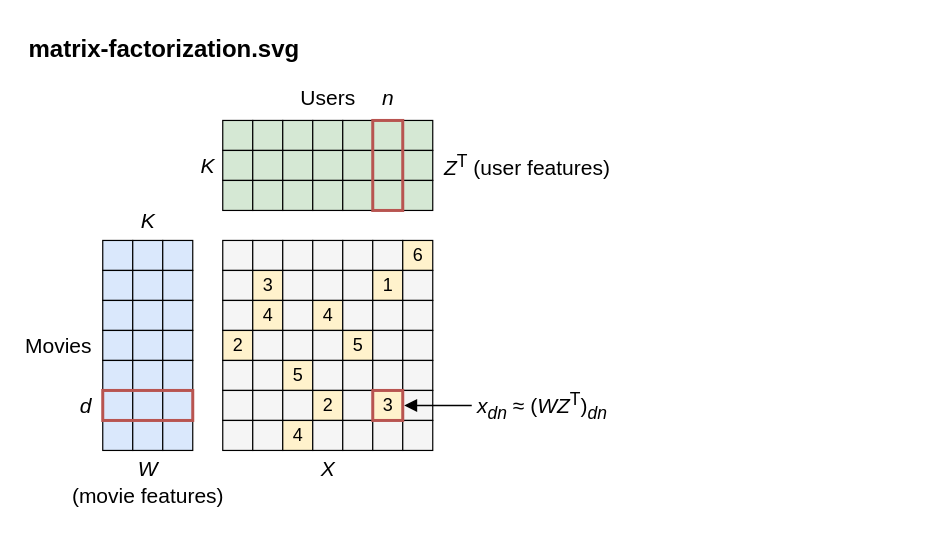
This is assets/linear-regression-matrix-factorization/linear-regression-matrix-factorization.drawio from brunomaga/brunomaga.github.io, a draw.io file, before an edit. Source tidied: cells renumbered, new cells numbered last; positions are measured from the earlier drawing's top-left corner, leaving out a move shared by most shapes. Both pictures are drawn from the tidied source at 150%, with x=0, y=0 at pixel (26, 26).
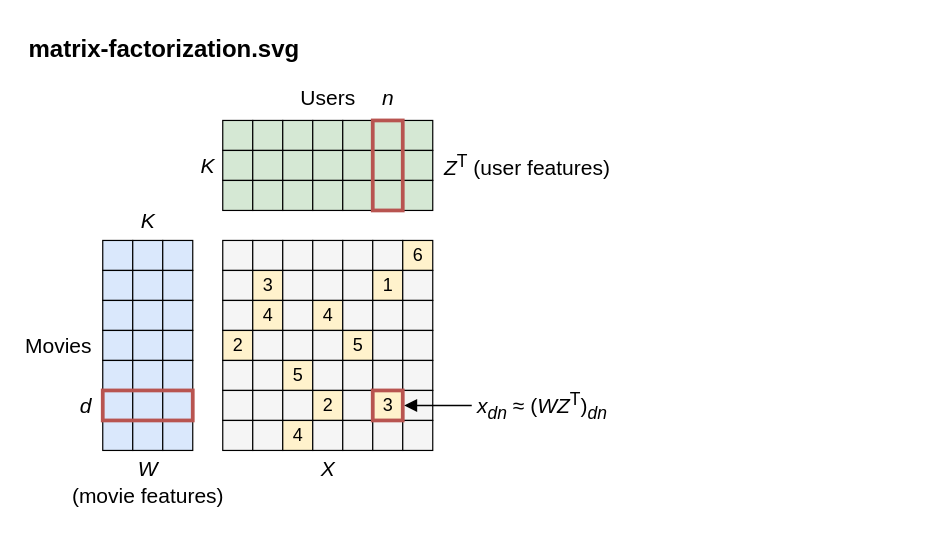
The same page after the edit.

The change refers to these unchanged cells:
```xml
<mxCell id="3" style="group;fontFamily=Source Sans 3;" parent="1" vertex="1">
  <mxGeometry y="40" width="391.3" height="281.6" as="geometry" />
</mxCell>
```

What changed in the source:
```diff
@@
-    <mxCell id="95" style="rounded=0;fillColor=none;strokeColor=#b85450;strokeWidth=2;fontFamily=Source Sans 3;" parent="3" vertex="1">
+    <mxCell id="95" style="rounded=0;fillColor=none;strokeColor=#b85450;strokeWidth=2.5;fontFamily=Source Sans 3;" parent="3" vertex="1">
       <mxGeometry x="51" y="202.8" width="60" height="20" as="geometry" />
     </mxCell>
-    <mxCell id="96" style="rounded=0;fillColor=none;strokeColor=#b85450;strokeWidth=2;fontFamily=Source Sans 3;" parent="3" vertex="1">
+    <mxCell id="96" style="rounded=0;fillColor=none;strokeColor=#b85450;strokeWidth=2.5;fontFamily=Source Sans 3;" parent="3" vertex="1">
       <mxGeometry x="231" y="22.8" width="20" height="60" as="geometry" />
     </mxCell>
-    <mxCell id="97" style="rounded=0;fillColor=none;strokeColor=#b85450;strokeWidth=2;fontFamily=Source Sans 3;" parent="3" vertex="1">
+    <mxCell id="97" style="rounded=0;fillColor=none;strokeColor=#b85450;strokeWidth=2.5;fontFamily=Source Sans 3;" parent="3" vertex="1">
       <mxGeometry x="231" y="202.8" width="20" height="20" as="geometry" />
     </mxCell>
```
